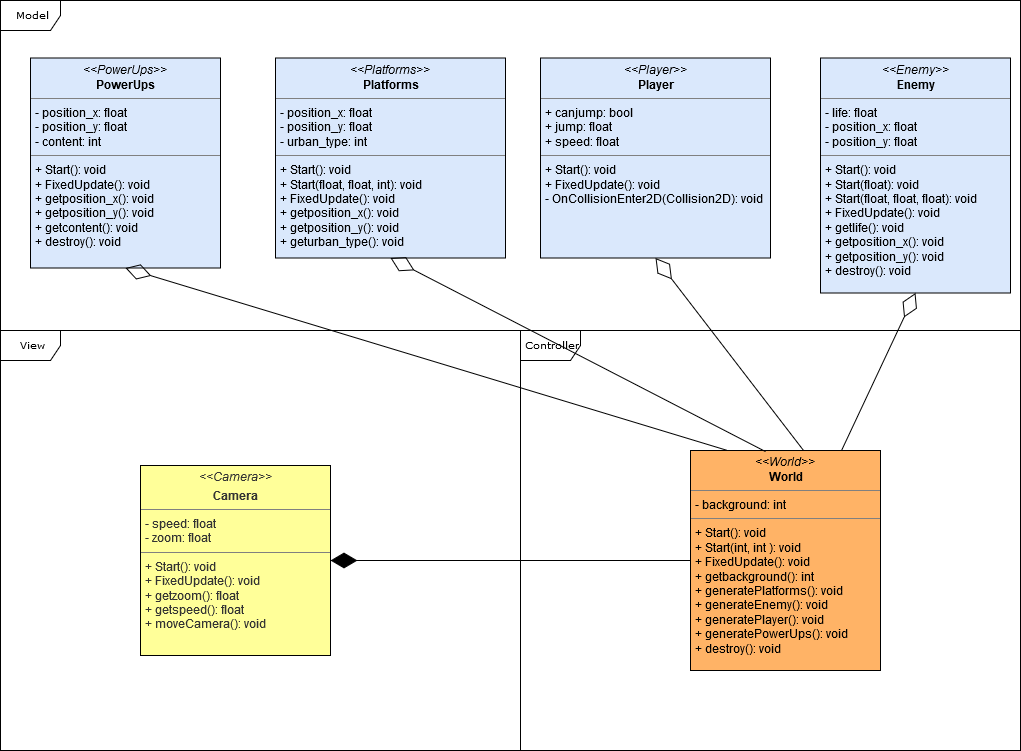
This is documentation/Class diagrams/class_diagram_MVC_rdy.png from GabrielBalzer/hypercasualgame, a draw.io export, as it was before one commit. Source tidied: cells renumbered, new cells last; positions are measured from the earlier drawing's top-left corner, leaving out a move shared by most shapes.
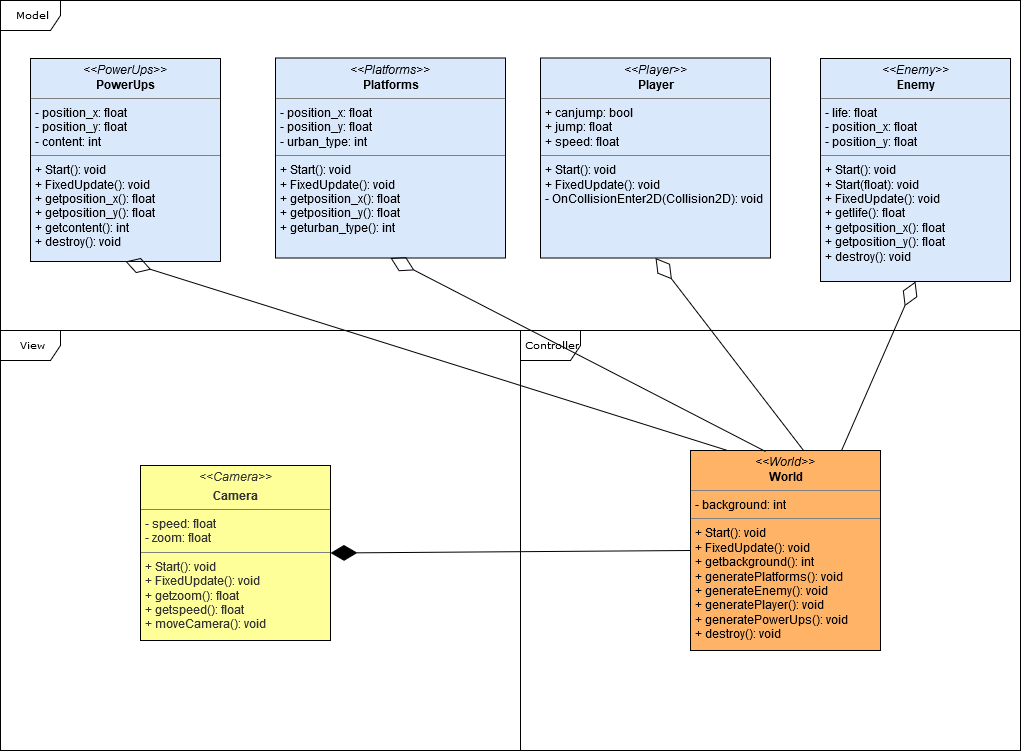
After the change.

Commit message:
Added Updated Class-Diagram. Updated classes

What changed in the source:
```diff
@@ -14,19 +14,19 @@
     <mxCell id="5" value="&lt;p style=&quot;margin: 0px ; margin-top: 4px ; text-align: center&quot;&gt;&lt;i&gt;&amp;lt;&amp;lt;Player&amp;gt;&amp;gt;&lt;/i&gt;&lt;br&gt;&lt;b&gt;Player&lt;/b&gt;&lt;/p&gt;&lt;hr size=&quot;1&quot;&gt;&lt;p style=&quot;margin: 0px ; margin-left: 4px&quot;&gt;+ canjump: bool&lt;br&gt;+ jump: float&lt;/p&gt;&lt;p style=&quot;margin: 0px ; margin-left: 4px&quot;&gt;+ speed: float&lt;br&gt;&lt;/p&gt;&lt;hr size=&quot;1&quot;&gt;&lt;p style=&quot;margin: 0px ; margin-left: 4px&quot;&gt;+ Start(): void&lt;br&gt;+ FixedUpdate(): void&lt;/p&gt;&lt;p style=&quot;margin: 0px ; margin-left: 4px&quot;&gt;- OnCollisionEnter2D(Collision2D): void&lt;br&gt;&lt;/p&gt;" style="verticalAlign=top;align=left;overflow=fill;fontSize=12;fontFamily=Helvetica;html=1;rounded=0;shadow=0;comic=0;labelBackgroundColor=none;strokeWidth=1;fillColor=#dae8fc;strokeColor=#000000;" parent="1" vertex="1">
       <mxGeometry x="540" y="57.5" width="230" height="200" as="geometry" />
     </mxCell>
-    <mxCell id="6" value="&lt;p style=&quot;margin: 0px ; margin-top: 4px ; text-align: center&quot;&gt;&lt;i&gt;&amp;lt;&amp;lt;World&amp;gt;&amp;gt;&lt;/i&gt;&lt;br&gt;&lt;b&gt;World&lt;/b&gt;&lt;/p&gt;&lt;hr size=&quot;1&quot;&gt;&lt;p style=&quot;margin: 0px ; margin-left: 4px&quot;&gt;- background: int&lt;br&gt;&lt;/p&gt;&lt;hr size=&quot;1&quot;&gt;&lt;p style=&quot;margin: 0px ; margin-left: 4px&quot;&gt;+ Start(): void&lt;/p&gt;&lt;p style=&quot;margin: 0px ; margin-left: 4px&quot;&gt;+ Start(int, int ): void&lt;/p&gt;&lt;p style=&quot;margin: 0px ; margin-left: 4px&quot;&gt;+ FixedUpdate(): void&lt;/p&gt;&lt;p style=&quot;margin: 0px ; margin-left: 4px&quot;&gt;+ getbackground(): int&lt;/p&gt;&lt;p style=&quot;margin: 0px ; margin-left: 4px&quot;&gt;+ generatePlatforms(): void&lt;/p&gt;&lt;p style=&quot;margin: 0px ; margin-left: 4px&quot;&gt;+ generateEnemy(): void&lt;/p&gt;&lt;p style=&quot;margin: 0px ; margin-left: 4px&quot;&gt;+ generatePlayer(): void&lt;/p&gt;&lt;p style=&quot;margin: 0px ; margin-left: 4px&quot;&gt;+ generatePowerUps(): void&lt;br&gt;&lt;/p&gt;&lt;p style=&quot;margin: 0px ; margin-left: 4px&quot;&gt;+ destroy(): void&lt;br&gt;&lt;/p&gt;" style="verticalAlign=top;align=left;overflow=fill;fontSize=12;fontFamily=Helvetica;html=1;rounded=0;shadow=0;comic=0;labelBackgroundColor=none;strokeWidth=1;fillColor=#FFB366;strokeColor=#000000;" parent="1" vertex="1">
-      <mxGeometry x="690" y="450" width="190" height="220" as="geometry" />
+    <mxCell id="6" value="&lt;p style=&quot;margin: 0px ; margin-top: 4px ; text-align: center&quot;&gt;&lt;i&gt;&amp;lt;&amp;lt;World&amp;gt;&amp;gt;&lt;/i&gt;&lt;br&gt;&lt;b&gt;World&lt;/b&gt;&lt;/p&gt;&lt;hr size=&quot;1&quot;&gt;&lt;p style=&quot;margin: 0px ; margin-left: 4px&quot;&gt;- background: int&lt;br&gt;&lt;/p&gt;&lt;hr size=&quot;1&quot;&gt;&lt;p style=&quot;margin: 0px ; margin-left: 4px&quot;&gt;+ Start(): void&lt;/p&gt;&lt;p style=&quot;margin: 0px ; margin-left: 4px&quot;&gt;+ FixedUpdate(): void&lt;/p&gt;&lt;p style=&quot;margin: 0px ; margin-left: 4px&quot;&gt;+ getbackground(): int&lt;/p&gt;&lt;p style=&quot;margin: 0px ; margin-left: 4px&quot;&gt;+ generatePlatforms(): void&lt;/p&gt;&lt;p style=&quot;margin: 0px ; margin-left: 4px&quot;&gt;+ generateEnemy(): void&lt;/p&gt;&lt;p style=&quot;margin: 0px ; margin-left: 4px&quot;&gt;+ generatePlayer(): void&lt;/p&gt;&lt;p style=&quot;margin: 0px ; margin-left: 4px&quot;&gt;+ generatePowerUps(): void&lt;br&gt;&lt;/p&gt;&lt;p style=&quot;margin: 0px ; margin-left: 4px&quot;&gt;+ destroy(): void&lt;br&gt;&lt;/p&gt;" style="verticalAlign=top;align=left;overflow=fill;fontSize=12;fontFamily=Helvetica;html=1;rounded=0;shadow=0;comic=0;labelBackgroundColor=none;strokeWidth=1;fillColor=#FFB366;strokeColor=#000000;" parent="1" vertex="1">
+      <mxGeometry x="690" y="450" width="190" height="200" as="geometry" />
     </mxCell>
     <mxCell id="7" value="&lt;p style=&quot;margin: 0px ; margin-top: 4px ; text-align: center&quot;&gt;&lt;i&gt;&amp;lt;&amp;lt;Camera&amp;gt;&amp;gt;&lt;/i&gt;&lt;/p&gt;&lt;p style=&quot;margin: 0px ; margin-top: 4px ; text-align: center&quot;&gt;&lt;b&gt;Camera&lt;/b&gt;&lt;br&gt;&lt;b&gt;&lt;/b&gt;&lt;/p&gt;&lt;hr size=&quot;1&quot;&gt;&lt;p style=&quot;margin: 0px ; margin-left: 4px&quot;&gt;- speed: float&lt;br&gt;- zoom: float&lt;/p&gt;&lt;hr size=&quot;1&quot;&gt;&lt;p style=&quot;margin: 0px ; margin-left: 4px&quot;&gt;+ Start(): void&lt;br&gt;+ FixedUpdate(): void&lt;/p&gt;&lt;p style=&quot;margin: 0px ; margin-left: 4px&quot;&gt;+ getzoom(): float&lt;br&gt;+ getspeed(): float&lt;/p&gt;&lt;p style=&quot;margin: 0px ; margin-left: 4px&quot;&gt;+ moveCamera(): void&lt;/p&gt;" style="verticalAlign=top;align=left;overflow=fill;fontSize=12;fontFamily=Helvetica;html=1;rounded=0;shadow=0;comic=0;labelBackgroundColor=none;strokeWidth=1;fillColor=#FFFF99;strokeColor=#000000;fontColor=#333333;" parent="1" vertex="1">
-      <mxGeometry x="140" y="465" width="190" height="190" as="geometry" />
+      <mxGeometry x="140" y="465" width="190" height="175" as="geometry" />
     </mxCell>
-    <mxCell id="8" value="&lt;p style=&quot;margin: 0px ; margin-top: 4px ; text-align: center&quot;&gt;&lt;i&gt;&amp;lt;&amp;lt;Enemy&amp;gt;&amp;gt;&lt;/i&gt;&lt;br&gt;&lt;b&gt;Enemy&lt;/b&gt;&lt;/p&gt;&lt;hr size=&quot;1&quot;&gt;&lt;p style=&quot;margin: 0px ; margin-left: 4px&quot;&gt;- life: float&lt;br&gt;- position_x: float&lt;/p&gt;&lt;p style=&quot;margin: 0px ; margin-left: 4px&quot;&gt;- position_y: float&lt;/p&gt;&lt;hr size=&quot;1&quot;&gt;&lt;p style=&quot;margin: 0px ; margin-left: 4px&quot;&gt;+ Start(): void&lt;/p&gt;&lt;p style=&quot;margin: 0px ; margin-left: 4px&quot;&gt;+ Start(float): void&lt;/p&gt;&lt;p style=&quot;margin: 0px ; margin-left: 4px&quot;&gt;+ Start(float, float, float): void&lt;/p&gt;&lt;p style=&quot;margin: 0px ; margin-left: 4px&quot;&gt;+ FixedUpdate(): void&lt;/p&gt;&lt;p style=&quot;margin: 0px ; margin-left: 4px&quot;&gt;+ getlife(): void&lt;br&gt;&lt;/p&gt;&lt;p style=&quot;margin: 0px ; margin-left: 4px&quot;&gt;+ getposition_x(): void&lt;/p&gt;&lt;p style=&quot;margin: 0px ; margin-left: 4px&quot;&gt;+ getposition_y(): void&lt;/p&gt;&lt;p style=&quot;margin: 0px ; margin-left: 4px&quot;&gt;+ destroy(): void&lt;br&gt;&lt;/p&gt;&lt;p style=&quot;margin: 0px ; margin-left: 4px&quot;&gt;&lt;br&gt;&lt;/p&gt;&lt;p style=&quot;margin: 0px ; margin-left: 4px&quot;&gt;&lt;br&gt;&lt;/p&gt;" style="verticalAlign=top;align=left;overflow=fill;fontSize=12;fontFamily=Helvetica;html=1;rounded=0;shadow=0;comic=0;labelBackgroundColor=none;strokeWidth=1;fillColor=#dae8fc;strokeColor=#000000;" parent="1" vertex="1">
-      <mxGeometry x="820" y="57.5" width="190" height="235" as="geometry" />
+    <mxCell id="8" value="&lt;p style=&quot;margin: 0px ; margin-top: 4px ; text-align: center&quot;&gt;&lt;i&gt;&amp;lt;&amp;lt;Enemy&amp;gt;&amp;gt;&lt;/i&gt;&lt;br&gt;&lt;b&gt;Enemy&lt;/b&gt;&lt;/p&gt;&lt;hr size=&quot;1&quot;&gt;&lt;p style=&quot;margin: 0px ; margin-left: 4px&quot;&gt;- life: float&lt;br&gt;- position_x: float&lt;/p&gt;&lt;p style=&quot;margin: 0px ; margin-left: 4px&quot;&gt;- position_y: float&lt;/p&gt;&lt;hr size=&quot;1&quot;&gt;&lt;p style=&quot;margin: 0px ; margin-left: 4px&quot;&gt;+ Start(): void&lt;/p&gt;&lt;p style=&quot;margin: 0px ; margin-left: 4px&quot;&gt;+ Start(float): void&lt;/p&gt;&lt;p style=&quot;margin: 0px ; margin-left: 4px&quot;&gt;+ FixedUpdate(): void&lt;/p&gt;&lt;p style=&quot;margin: 0px ; margin-left: 4px&quot;&gt;+ getlife(): float&lt;br&gt;&lt;/p&gt;&lt;p style=&quot;margin: 0px ; margin-left: 4px&quot;&gt;+ getposition_x(): float&lt;/p&gt;&lt;p style=&quot;margin: 0px ; margin-left: 4px&quot;&gt;+ getposition_y(): float&lt;/p&gt;&lt;p style=&quot;margin: 0px ; margin-left: 4px&quot;&gt;+ destroy(): void&lt;br&gt;&lt;/p&gt;&lt;p style=&quot;margin: 0px ; margin-left: 4px&quot;&gt;&lt;br&gt;&lt;/p&gt;&lt;p style=&quot;margin: 0px ; margin-left: 4px&quot;&gt;&lt;br&gt;&lt;/p&gt;" style="verticalAlign=top;align=left;overflow=fill;fontSize=12;fontFamily=Helvetica;html=1;rounded=0;shadow=0;comic=0;labelBackgroundColor=none;strokeWidth=1;fillColor=#dae8fc;strokeColor=#000000;" parent="1" vertex="1">
+      <mxGeometry x="820" y="58" width="190" height="223" as="geometry" />
     </mxCell>
-    <mxCell id="9" value="&lt;p style=&quot;margin: 0px ; margin-top: 4px ; text-align: center&quot;&gt;&lt;i&gt;&amp;lt;&amp;lt;PowerUps&amp;gt;&amp;gt;&lt;/i&gt;&lt;br&gt;&lt;b&gt;PowerUps&lt;/b&gt;&lt;/p&gt;&lt;hr size=&quot;1&quot;&gt;&lt;p style=&quot;margin: 0px ; margin-left: 4px&quot;&gt;- position_x: float&lt;/p&gt;&lt;p style=&quot;margin: 0px ; margin-left: 4px&quot;&gt;- position_y: float&lt;/p&gt;&lt;p style=&quot;margin: 0px ; margin-left: 4px&quot;&gt;- content: int&lt;/p&gt;&lt;hr size=&quot;1&quot;&gt;&lt;p style=&quot;margin: 0px ; margin-left: 4px&quot;&gt;+ Start(): void&lt;br&gt;+ FixedUpdate(): void&lt;/p&gt;&lt;p style=&quot;margin: 0px ; margin-left: 4px&quot;&gt;+ getposition_x(): void&lt;/p&gt;&lt;p style=&quot;margin: 0px ; margin-left: 4px&quot;&gt;+ getposition_y(): void&lt;/p&gt;&lt;p style=&quot;margin: 0px ; margin-left: 4px&quot;&gt;+ getcontent(): void&lt;/p&gt;&lt;p style=&quot;margin: 0px ; margin-left: 4px&quot;&gt;+ destroy(): void&lt;br&gt;&lt;/p&gt;" style="verticalAlign=top;align=left;overflow=fill;fontSize=12;fontFamily=Helvetica;html=1;rounded=0;shadow=0;comic=0;labelBackgroundColor=none;strokeWidth=1;fillColor=#dae8fc;strokeColor=#000000;" parent="1" vertex="1">
-      <mxGeometry x="30" y="57.5" width="190" height="210" as="geometry" />
+    <mxCell id="9" value="&lt;p style=&quot;margin: 0px ; margin-top: 4px ; text-align: center&quot;&gt;&lt;i&gt;&amp;lt;&amp;lt;PowerUps&amp;gt;&amp;gt;&lt;/i&gt;&lt;br&gt;&lt;b&gt;PowerUps&lt;/b&gt;&lt;/p&gt;&lt;hr size=&quot;1&quot;&gt;&lt;p style=&quot;margin: 0px ; margin-left: 4px&quot;&gt;- position_x: float&lt;/p&gt;&lt;p style=&quot;margin: 0px ; margin-left: 4px&quot;&gt;- position_y: float&lt;/p&gt;&lt;p style=&quot;margin: 0px ; margin-left: 4px&quot;&gt;- content: int&lt;/p&gt;&lt;hr size=&quot;1&quot;&gt;&lt;p style=&quot;margin: 0px ; margin-left: 4px&quot;&gt;+ Start(): void&lt;br&gt;+ FixedUpdate(): void&lt;/p&gt;&lt;p style=&quot;margin: 0px ; margin-left: 4px&quot;&gt;+ getposition_x(): float&lt;/p&gt;&lt;p style=&quot;margin: 0px ; margin-left: 4px&quot;&gt;+ getposition_y(): float&lt;/p&gt;&lt;p style=&quot;margin: 0px ; margin-left: 4px&quot;&gt;+ getcontent(): int&lt;/p&gt;&lt;p style=&quot;margin: 0px ; margin-left: 4px&quot;&gt;+ destroy(): void&lt;br&gt;&lt;/p&gt;" style="verticalAlign=top;align=left;overflow=fill;fontSize=12;fontFamily=Helvetica;html=1;rounded=0;shadow=0;comic=0;labelBackgroundColor=none;strokeWidth=1;fillColor=#dae8fc;strokeColor=#000000;" parent="1" vertex="1">
+      <mxGeometry x="30" y="58" width="190" height="203" as="geometry" />
     </mxCell>
-    <mxCell id="10" value="&lt;p style=&quot;margin: 0px ; margin-top: 4px ; text-align: center&quot;&gt;&lt;i&gt;&amp;lt;&amp;lt;Platforms&amp;gt;&amp;gt;&lt;/i&gt;&lt;br&gt;&lt;b&gt;Platforms&lt;/b&gt;&lt;/p&gt;&lt;hr size=&quot;1&quot;&gt;&lt;p style=&quot;margin: 0px ; margin-left: 4px&quot;&gt;- position_x: float&lt;br&gt;- position_y: float&lt;/p&gt;&lt;p style=&quot;margin: 0px ; margin-left: 4px&quot;&gt;- urban_type: int&lt;br&gt;&lt;/p&gt;&lt;hr size=&quot;1&quot;&gt;&lt;p style=&quot;margin: 0px ; margin-left: 4px&quot;&gt;+ Start(): void&lt;/p&gt;&lt;p style=&quot;margin: 0px ; margin-left: 4px&quot;&gt;+ Start(float, float, int): void&lt;/p&gt;&lt;p style=&quot;margin: 0px ; margin-left: 4px&quot;&gt;+ FixedUpdate(): void&lt;/p&gt;&lt;p style=&quot;margin: 0px ; margin-left: 4px&quot;&gt;+ getposition_x(): void&lt;/p&gt;&lt;p style=&quot;margin: 0px ; margin-left: 4px&quot;&gt;+ getposition_y(): void&lt;/p&gt;&lt;p style=&quot;margin: 0px ; margin-left: 4px&quot;&gt;+ geturban_type(): void&lt;br&gt;&lt;/p&gt;" style="verticalAlign=top;align=left;overflow=fill;fontSize=12;fontFamily=Helvetica;html=1;rounded=0;shadow=0;comic=0;labelBackgroundColor=none;strokeWidth=1;fillColor=#dae8fc;strokeColor=#000000;" parent="1" vertex="1">
+    <mxCell id="10" value="&lt;p style=&quot;margin: 0px ; margin-top: 4px ; text-align: center&quot;&gt;&lt;i&gt;&amp;lt;&amp;lt;Platforms&amp;gt;&amp;gt;&lt;/i&gt;&lt;br&gt;&lt;b&gt;Platforms&lt;/b&gt;&lt;/p&gt;&lt;hr size=&quot;1&quot;&gt;&lt;p style=&quot;margin: 0px ; margin-left: 4px&quot;&gt;- position_x: float&lt;br&gt;- position_y: float&lt;/p&gt;&lt;p style=&quot;margin: 0px ; margin-left: 4px&quot;&gt;- urban_type: int&lt;br&gt;&lt;/p&gt;&lt;hr size=&quot;1&quot;&gt;&lt;p style=&quot;margin: 0px ; margin-left: 4px&quot;&gt;+ Start(): void&lt;/p&gt;&lt;p style=&quot;margin: 0px ; margin-left: 4px&quot;&gt;+ FixedUpdate(): void&lt;/p&gt;&lt;p style=&quot;margin: 0px ; margin-left: 4px&quot;&gt;+ getposition_x(): float&lt;/p&gt;&lt;p style=&quot;margin: 0px ; margin-left: 4px&quot;&gt;+ getposition_y(): float&lt;/p&gt;&lt;p style=&quot;margin: 0px ; margin-left: 4px&quot;&gt;+ geturban_type(): int&lt;br&gt;&lt;/p&gt;" style="verticalAlign=top;align=left;overflow=fill;fontSize=12;fontFamily=Helvetica;html=1;rounded=0;shadow=0;comic=0;labelBackgroundColor=none;strokeWidth=1;fillColor=#dae8fc;strokeColor=#000000;" parent="1" vertex="1">
       <mxGeometry x="275" y="57.5" width="230" height="200" as="geometry" />
     </mxCell>
     <mxCell id="11" style="endArrow=diamondThin;endFill=0;endSize=24;html=1;exitX=0.195;exitY=0;exitDx=0;exitDy=0;exitPerimeter=0;entryX=0.5;entryY=1;entryDx=0;entryDy=0;" parent="1" edge="1" source="6" target="9">
```
